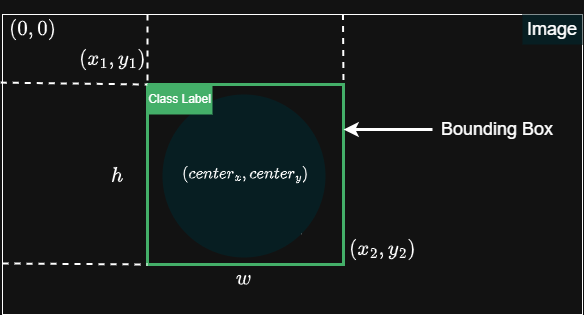
The draw.io diagram chapters/kidney_stones/bounding_box.drawio.png in Brianhulela/ebook_object_detection, before a commit. Source tidied: cells renumbered, new cells last; positions are measured from the earlier drawing's top-left corner, leaving out a move shared by most shapes.
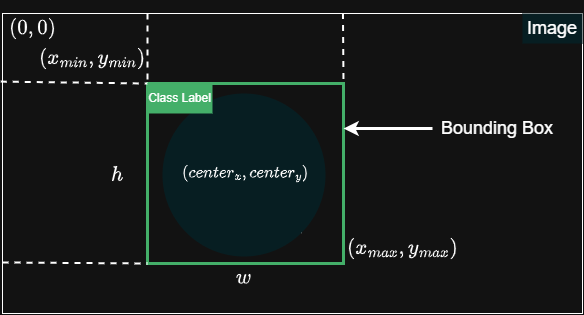
Later version of the same file.

Commit message:
Add new bounding box prediction images and update kidney stones diagram

Diff of the diagram source:
```diff
@@ -54,11 +54,11 @@
     <mxCell id="17" value="$$h$$" style="text;html=1;align=center;verticalAlign=middle;whiteSpace=wrap;rounded=0;fontSize=18;" parent="1" vertex="1">
       <mxGeometry x="85" y="146.5" width="60" height="30" as="geometry" />
     </mxCell>
-    <mxCell id="18" value="$$(x_1, y_1)$$" style="text;html=1;align=center;verticalAlign=middle;whiteSpace=wrap;rounded=0;fontSize=18;" parent="1" vertex="1">
-      <mxGeometry x="80" y="30" width="60" height="30" as="geometry" />
+    <mxCell id="18" value="$$(x_{min}, y_{min})$$" style="text;html=1;align=center;verticalAlign=middle;whiteSpace=wrap;rounded=0;fontSize=18;" parent="1" vertex="1">
+      <mxGeometry x="60" y="30" width="60" height="30" as="geometry" />
     </mxCell>
-    <mxCell id="19" value="$$(x_2, y_2)$$" style="text;html=1;align=center;verticalAlign=middle;whiteSpace=wrap;rounded=0;fontSize=18;" parent="1" vertex="1">
-      <mxGeometry x="350" y="220" width="60" height="30" as="geometry" />
+    <mxCell id="19" value="$$(x_{max}, y_{max})$$" style="text;html=1;align=center;verticalAlign=middle;whiteSpace=wrap;rounded=0;fontSize=18;" parent="1" vertex="1">
+      <mxGeometry x="370" y="220" width="60" height="30" as="geometry" />
     </mxCell>
   </root>
 </mxGraphModel>
```
